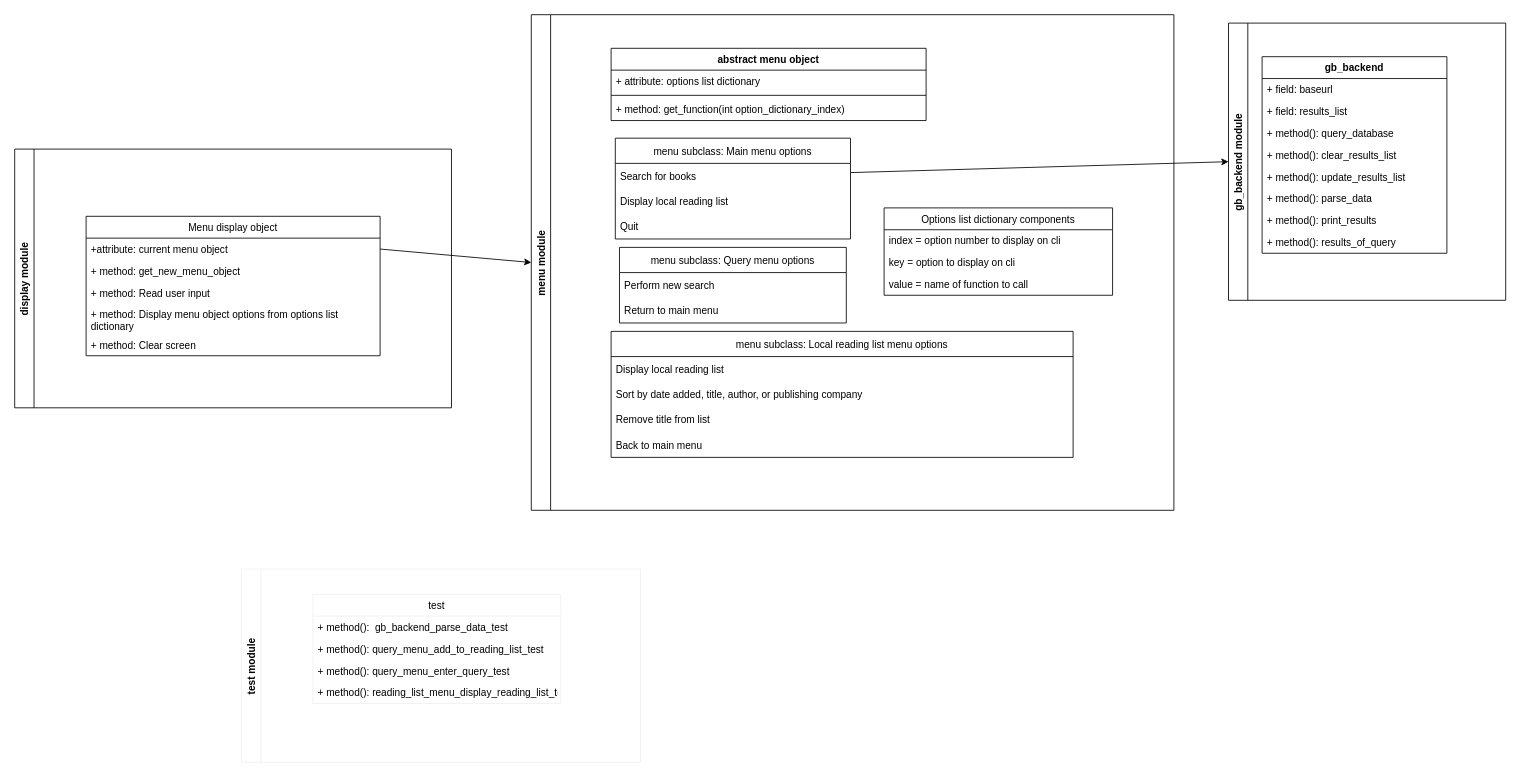
The draw.io diagram docs/google books cli.drawio in mammadu/google-books-cli, before the edit. Source tidied: cells renumbered, new cells numbered last; positions are measured from the earlier drawing's top-left corner, leaving out a move shared by most shapes. Both pictures are drawn from the tidied source at 84%, with x=0, y=0 at pixel (14, 14).
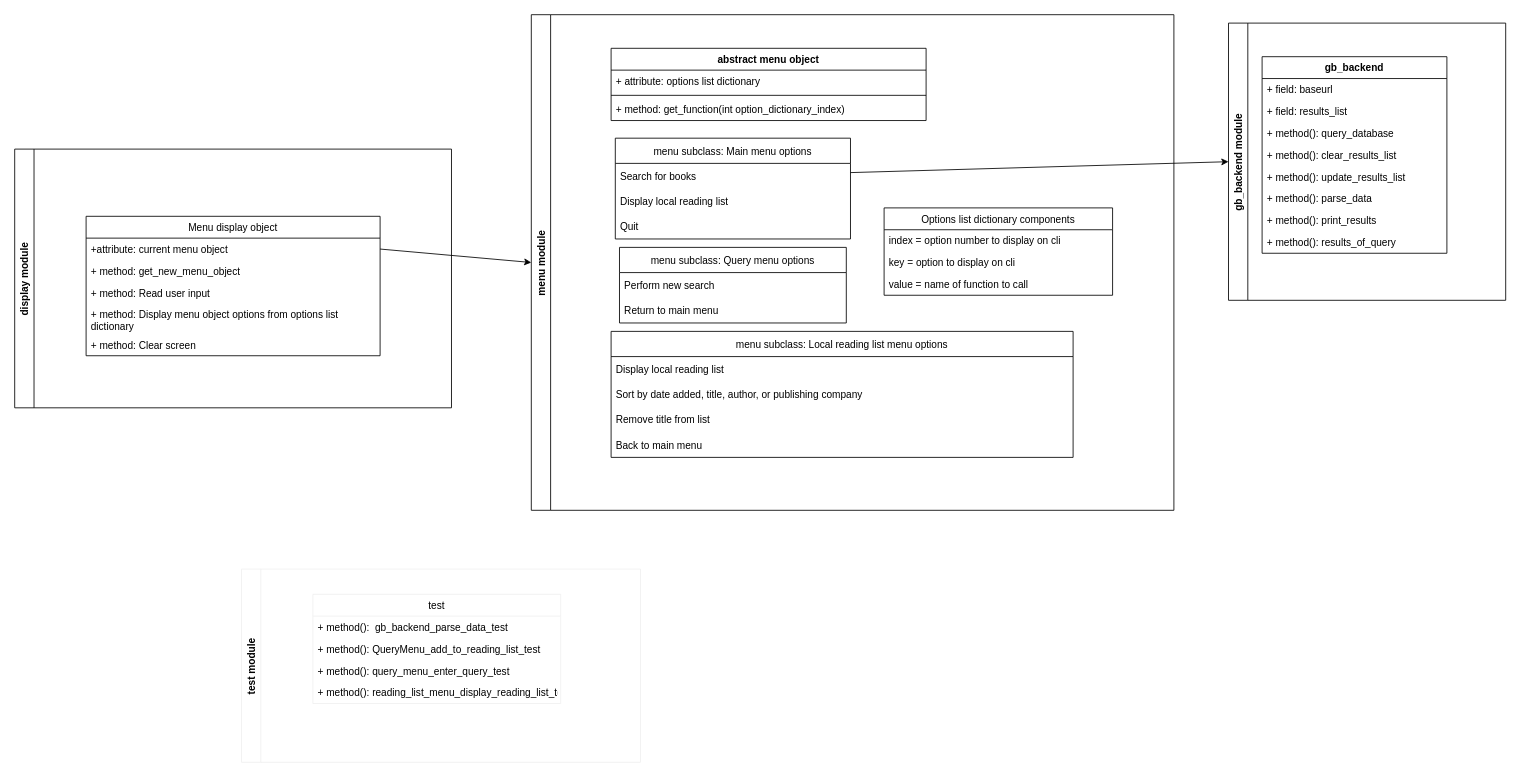
Above is the later version.

The change refers to these unchanged cells:
```xml
<mxCell id="43" value="test" style="swimlane;fontStyle=0;horizontal=1;startSize=26;fillColor=none;comic=0;strokeColor=#f0f0f0;verticalAlign=middle;" parent="42" vertex="1">
  <mxGeometry x="85" y="30" width="295" height="130" as="geometry" />
</mxCell>
```

Change to the diagram source:
```diff
@@
-    <mxCell id="45" value="+ method(): query_menu_add_to_reading_list_test" style="text;strokeColor=none;fillColor=none;align=left;verticalAlign=top;spacingLeft=4;spacingRight=4;overflow=hidden;" parent="43" vertex="1">
+    <mxCell id="45" value="+ method(): QueryMenu_add_to_reading_list_test" style="text;strokeColor=none;fillColor=none;align=left;verticalAlign=top;spacingLeft=4;spacingRight=4;overflow=hidden;" parent="43" vertex="1">
       <mxGeometry y="52" width="295" height="26" as="geometry" />
     </mxCell>
```
